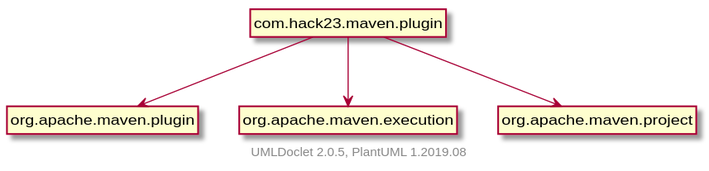
This is testapidocs/package-dependencies.svg from Hack23/sonar-quality-gates-maven-plugin, a PlantUML export, as it was before one commit.
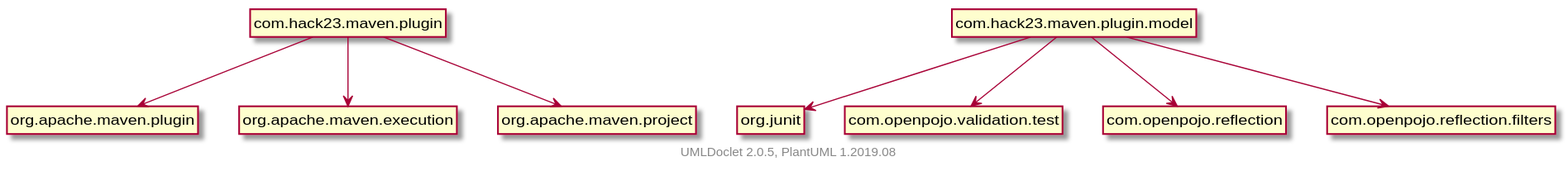
Above is the later version.

The edit, as a diff of the source:
```diff
@@ -7,8 +7,14 @@
     com.hack23.maven.plugin --> org.apache.maven.plugin
     com.hack23.maven.plugin --> org.apache.maven.execution
     com.hack23.maven.plugin --> org.apache.maven.project
+    com.hack23.maven.plugin.model --> org.junit
+    com.hack23.maven.plugin.model --> com.openpojo.validation.test
+    com.hack23.maven.plugin.model --> com.openpojo.reflection
+    com.hack23.maven.plugin.model --> com.openpojo.reflection.filters
 
     class "com.hack23.maven.plugin" [[com/hack23/maven/plugin/package-summary.html]] {
+    }
+    class "com.hack23.maven.plugin.model" [[com/hack23/maven/plugin/model/package-summary.html]] {
     }
 
     center footer UMLDoclet 2.0.5, PlantUML 1.2019.08
```
